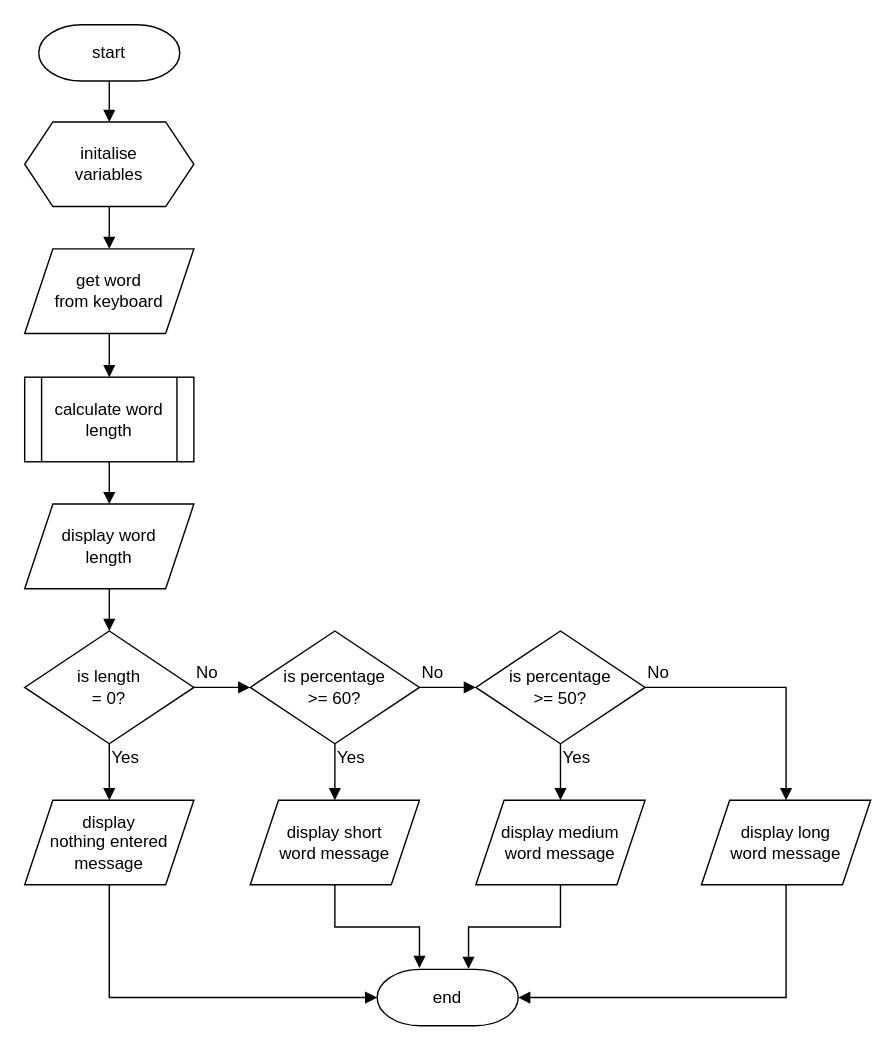
MrFriendCS/MrFriendCS.github.io keeps this draw.io diagram as page "fc2" (2 of 2) of n5-cs/sdd/N5-SDD-Word-Length/assets/N5 SDD Word Length.drawio. Above is the earlier version. Source tidied: cells renumbered, new cells numbered last; positions are measured from the earlier drawing's top-left corner, leaving out a move shared by most shapes. Both pictures are drawn from the tidied source at 141%, with x=0, y=0 at pixel (24, 24).
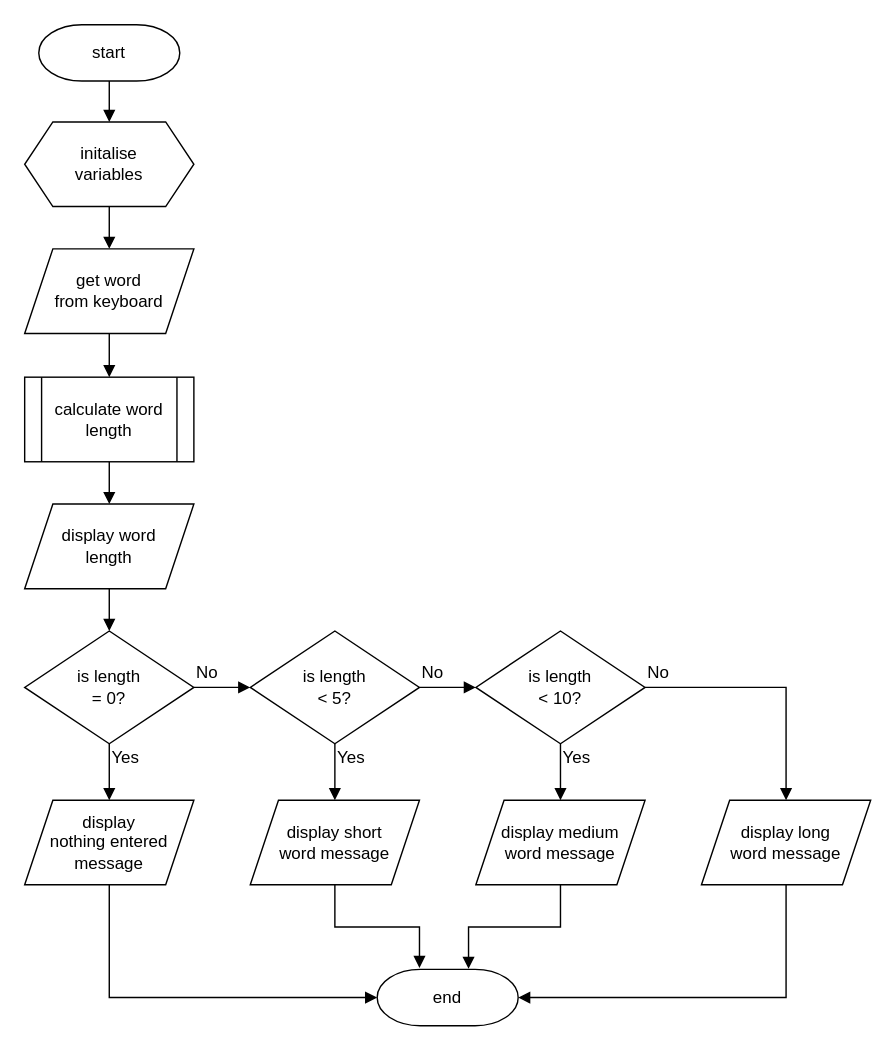
Above is the later version.

Change to the diagram source:
```diff
@@
-    <mxCell id="24" value="is percentage&lt;div&gt;&amp;gt;= 60?&lt;/div&gt;" style="rhombus;whiteSpace=wrap;html=1;" parent="1" vertex="1">
+    <mxCell id="24" value="is length&lt;div&gt;&amp;lt; 5?&lt;/div&gt;" style="rhombus;whiteSpace=wrap;html=1;" parent="1" vertex="1">
       <mxGeometry x="160" y="430" width="120" height="80" as="geometry" />
     </mxCell>
@@
-    <mxCell id="27" value="is percentage&lt;div&gt;&amp;gt;= 50?&lt;/div&gt;" style="rhombus;whiteSpace=wrap;html=1;" parent="1" vertex="1">
+    <mxCell id="27" value="is length&lt;div&gt;&amp;lt; 10?&lt;/div&gt;" style="rhombus;whiteSpace=wrap;html=1;" parent="1" vertex="1">
       <mxGeometry x="320" y="430" width="120" height="80" as="geometry" />
     </mxCell>
```
